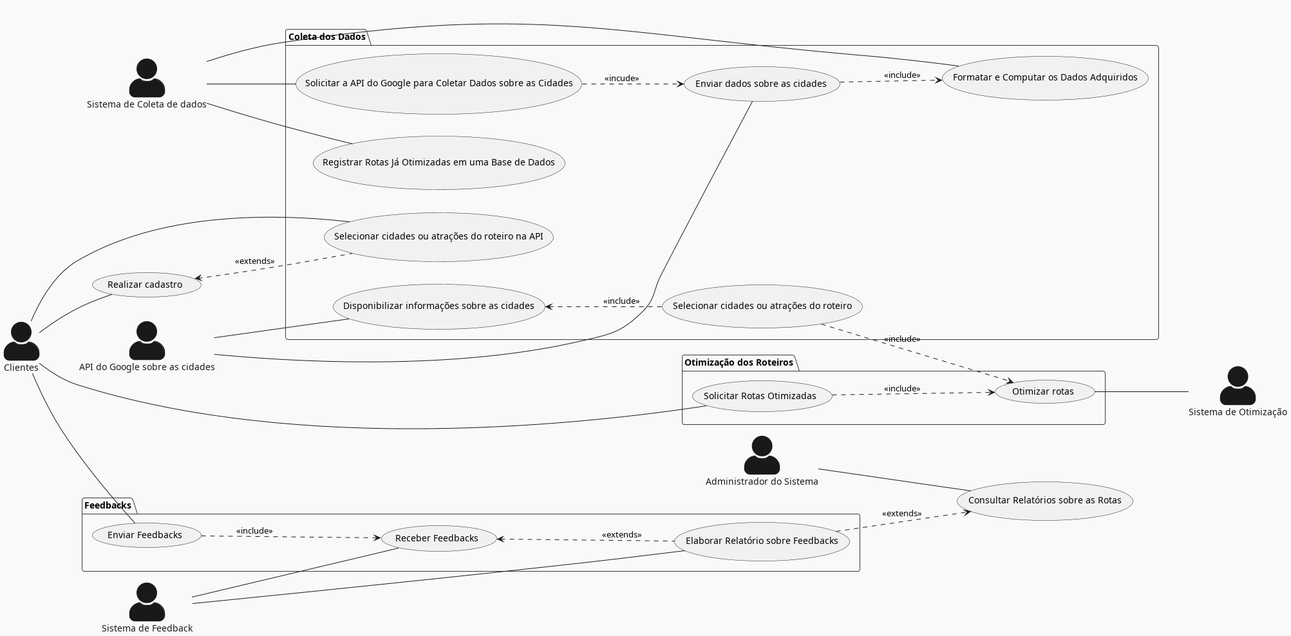
This is Relatório/Semana-1/Diagramas/DCU.png from pedrodilallo/site_turismo_SIG, a PlantUML export, as it was before one commit.
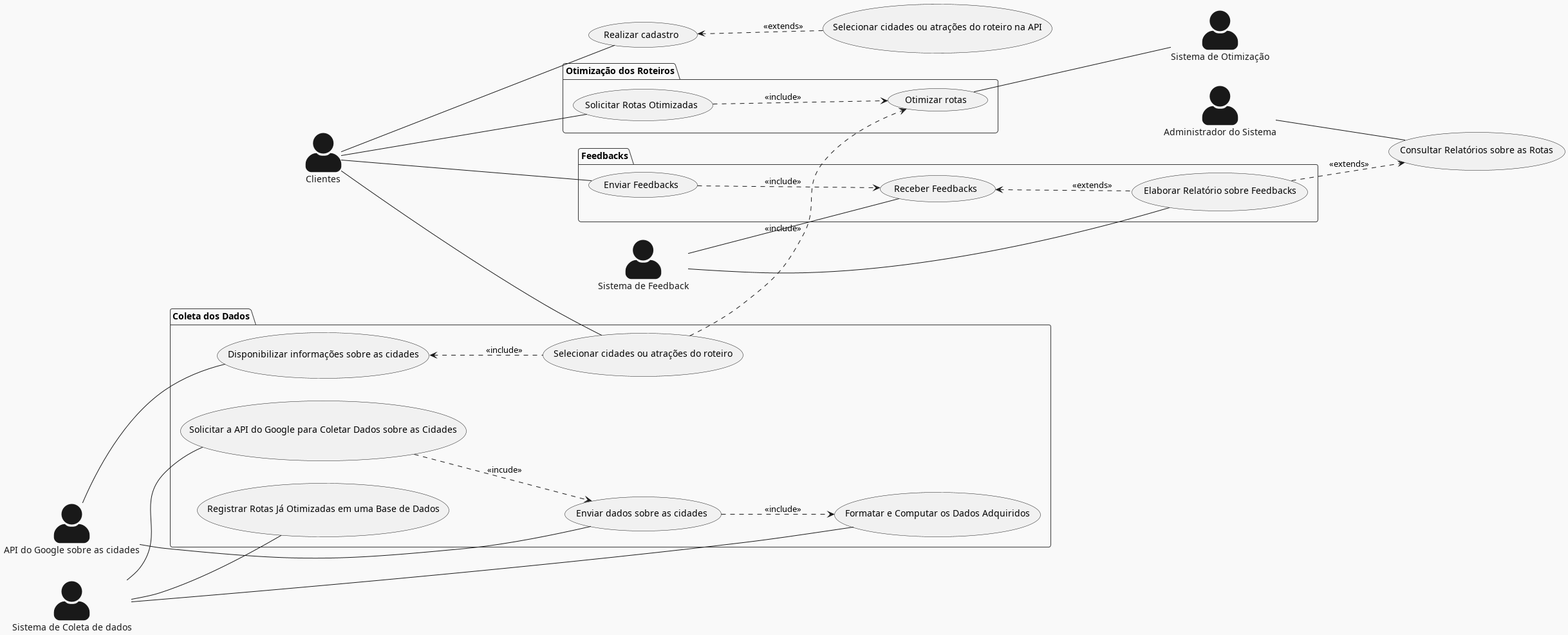
The same diagram one commit later.

Commit message:
Mais correções DCU

What changed in the source:
```diff
@@ -14,7 +14,7 @@
 
 
 package "Coleta dos Dados"{
-cliente -- (Selecionar cidades ou atrações do roteiro na API)
+cliente -- (Selecionar cidades ou atrações do roteiro)
 
 coletador -- (Solicitar a API do Google para Coletar Dados sobre as Cidades)
 coletador -- (Registrar Rotas Já Otimizadas em uma Base de Dados)
```
